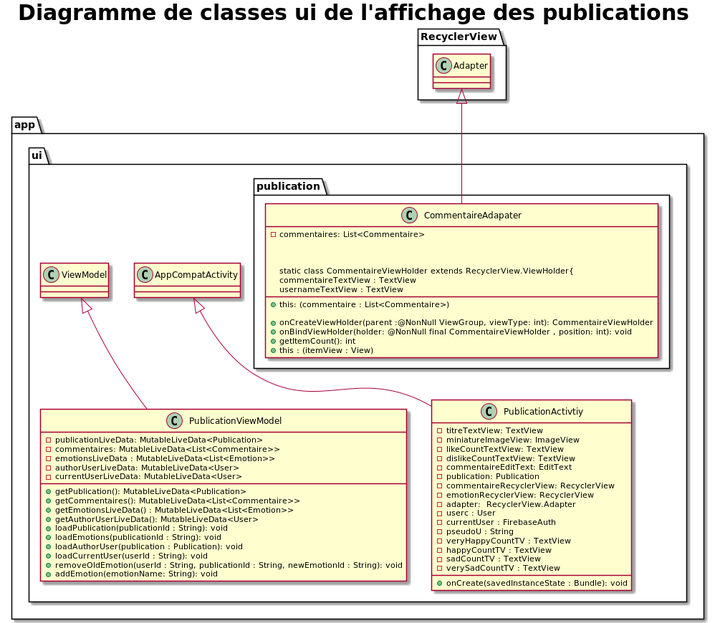
Before: app/docs/asciidoc/images/modelui7.png, a diagram exported from PlantUML (SefkanTas/Sonofy).
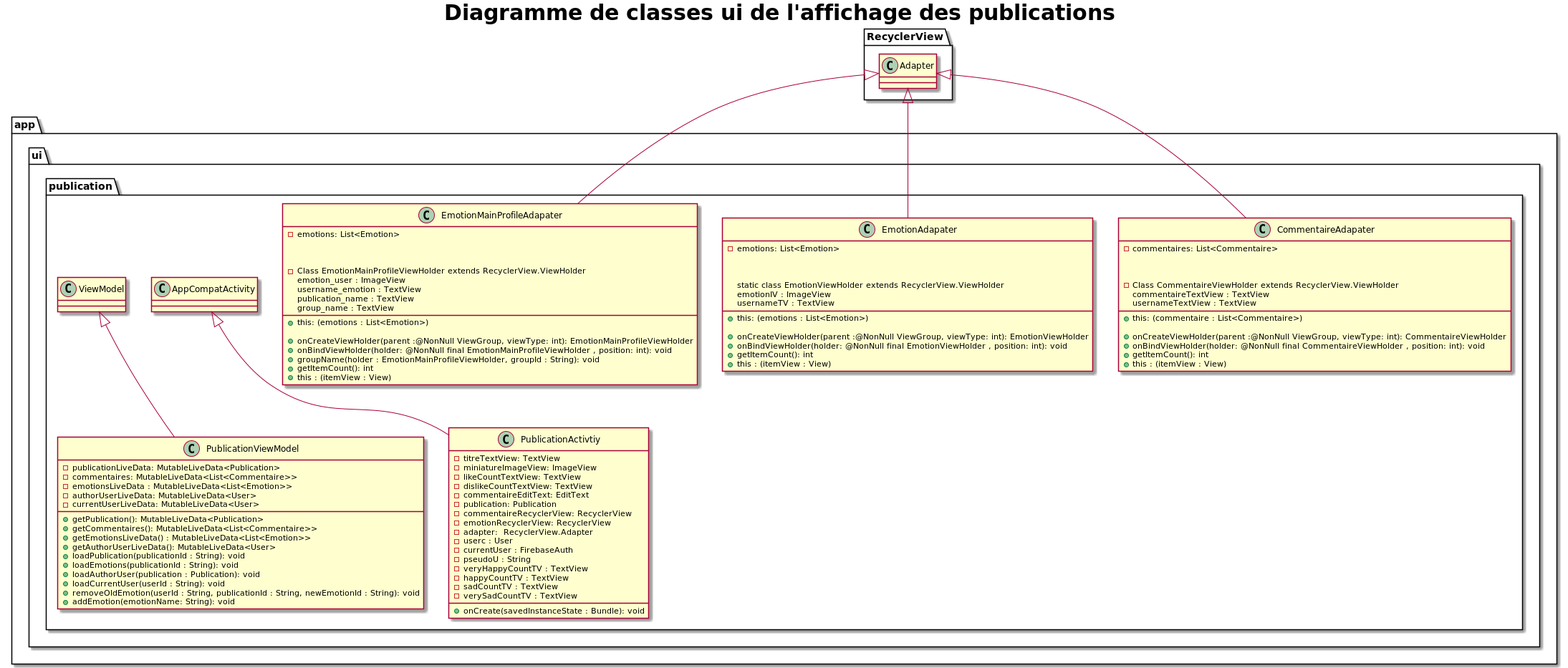
The same diagram one commit later.

Change to the diagram source:
```diff
@@ -16,14 +16,51 @@
                 + onBindViewHolder(holder: @NonNull final CommentaireViewHolder , position: int): void
                 + getItemCount(): int
 
-                static class CommentaireViewHolder extends RecyclerView.ViewHolder{
+                - Class CommentaireViewHolder extends RecyclerView.ViewHolder
                      commentaireTextView : TextView
                      usernameTextView : TextView
 
                      + this : (itemView : View)
-                }
+
           }
 
+          class EmotionAdapater extends RecyclerView.Adapter {
+                 - emotions: List<Emotion>
+
+                 + this: (emotions : List<Emotion>)
+
+                 + onCreateViewHolder(parent :@NonNull ViewGroup, viewType: int): EmotionViewHolder
+                 + onBindViewHolder(holder: @NonNull final EmotionViewHolder , position: int): void
+                 + getItemCount(): int
+
+                 static class EmotionViewHolder extends RecyclerView.ViewHolder
+                         emotionIV : ImageView
+                         usernameTV : TextView
+
+                       + this : (itemView : View)
+
+          }
+
+          class EmotionMainProfileAdapater extends RecyclerView.Adapter {
+                 - emotions: List<Emotion>
+
+                 + this: (emotions : List<Emotion>)
+
+                 + onCreateViewHolder(parent :@NonNull ViewGroup, viewType: int): EmotionMainProfileViewHolder
+                 + onBindViewHolder(holder: @NonNull final EmotionMainProfileViewHolder , position: int): void
+                 + groupName(holder : EmotionMainProfileViewHolder, groupId : String): void
+                 + getItemCount(): int
+
+                 - Class EmotionMainProfileViewHolder extends RecyclerView.ViewHolder
+                         emotion_user : ImageView
+                         username_emotion : TextView
+                         publication_name : TextView
+                         group_name : TextView
+
+                       + this : (itemView : View)
+
+
+          }
 
           class PublicationActivtiy extends AppCompatActivity{
                  - titreTextView: TextView
@@ -64,6 +101,6 @@
               + removeOldEmotion(userId : String, publicationId : String, newEmotionId : String): void
               + addEmotion(emotionName: String): void
           }
-      }
-   }
+
+
 @enduml
```
